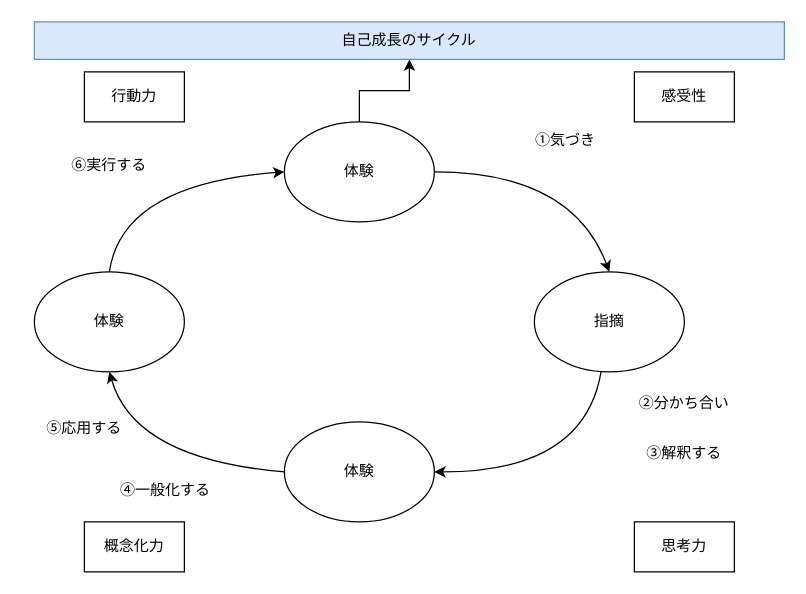
Earlier version of the draw.io diagram naisei.drawio (YossyIto/booklog_drowio). Source tidied: cells renumbered, new cells numbered last; positions are measured from the earlier drawing's top-left corner, leaving out a move shared by most shapes. Both pictures are drawn from the tidied source at 125%, with x=0, y=0 at pixel (21, 21).
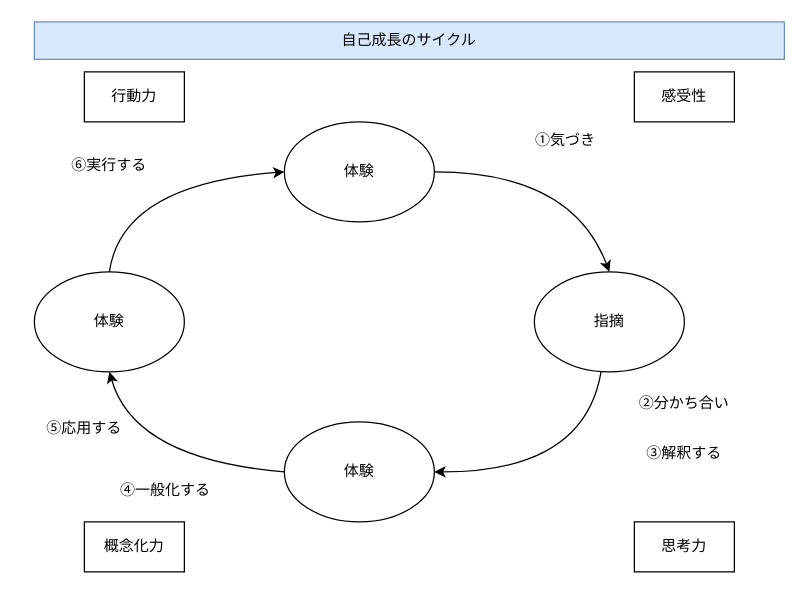
The same page after the edit.

Commit message (it also covers changes not shown here):
naisei.drawio を更新します

The change refers to these unchanged cells:
```xml
<mxCell id="5" value="体験" style="ellipse;whiteSpace=wrap;html=1;" parent="1" vertex="1">
  <mxGeometry x="210" y="80" width="120" height="80" as="geometry" />
</mxCell>
<mxCell id="21" value="自己成長のサイクル" style="text;html=1;align=center;verticalAlign=middle;whiteSpace=wrap;rounded=0;fillColor=#dae8fc;strokeColor=#6c8ebf;" parent="1" vertex="1">
  <mxGeometry x="10" width="600" height="30" as="geometry" />
</mxCell>
```

Change to the diagram source:
```diff
@@
-    <mxCell id="4" style="edgeStyle=orthogonalEdgeStyle;rounded=0;jettySize=auto;html=1;" parent="1" edge="1" source="5" target="21">
-      <mxGeometry relative="1" as="geometry" />
-    </mxCell>
```
